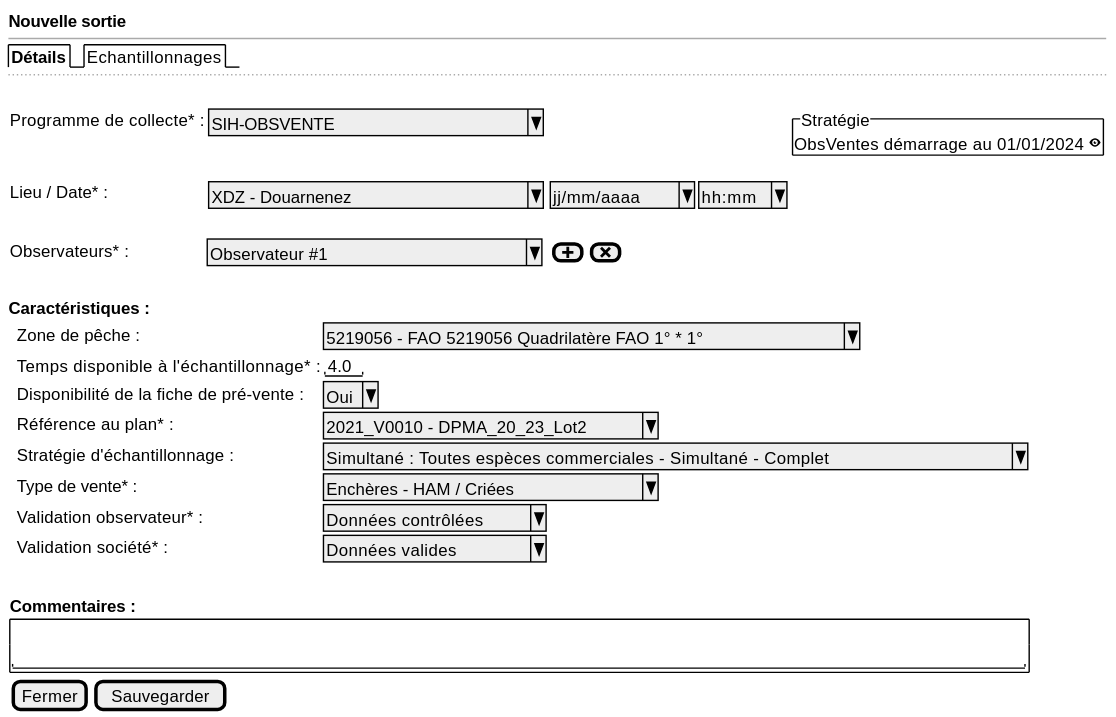
sumaris-net/sumaris-doc keeps this PlantUML diagram as projects/obsvente/spe/images/observed-location-new.svg. Above is the earlier version.
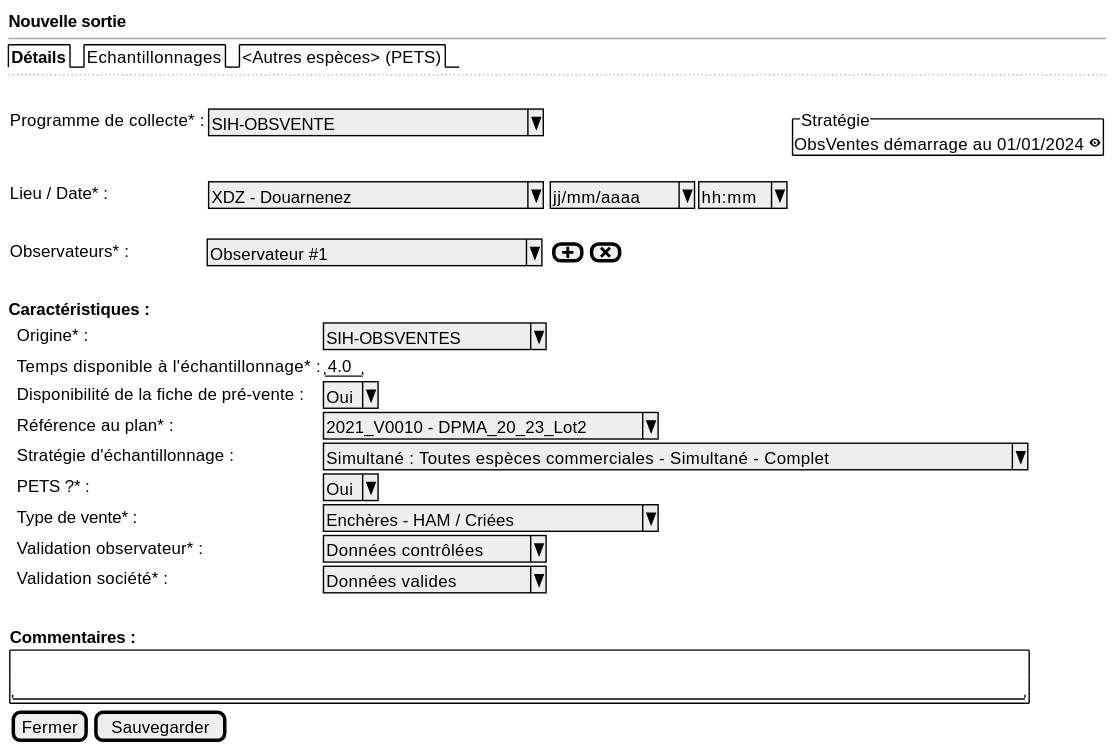
Later version of the same file.

Diff of the diagram source:
```diff
@@ -2,7 +2,7 @@
 {
   <b>Nouvelle sortie
   --
-  {/ <b>Détails | Echantillonnages }
+  {/ <b>Détails | Echantillonnages | <Autres espèces> (PETS)}
   ..
   .
   {
@@ -20,11 +20,12 @@
   <b>Caractéristiques :
 
   {
-      . | Zone de pêche : | ^5219056 - FAO 5219056 Quadrilatère FAO 1° * 1°^
+      . | Origine* : | ^SIH-OBSVENTES     ^
       . | Temps disponible à l'échantillonnage* :| "4.0"
       . | Disponibilité de la fiche de pré-vente :| ^Oui^
       . | Référence au plan* : | ^2021_V0010 - DPMA_20_23_Lot2^
       . | Stratégie d'échantillonnage : | ^Simultané : Toutes espèces commerciales - Simultané - Complet^
+      . | PETS ?* : | ^Oui^
       . | Type de vente* : | ^Enchères - HAM / Criées     ^
       . | Validation observateur* : | ^Données contrôlées^
       . | Validation société* : | ^Données valides   ^
```
